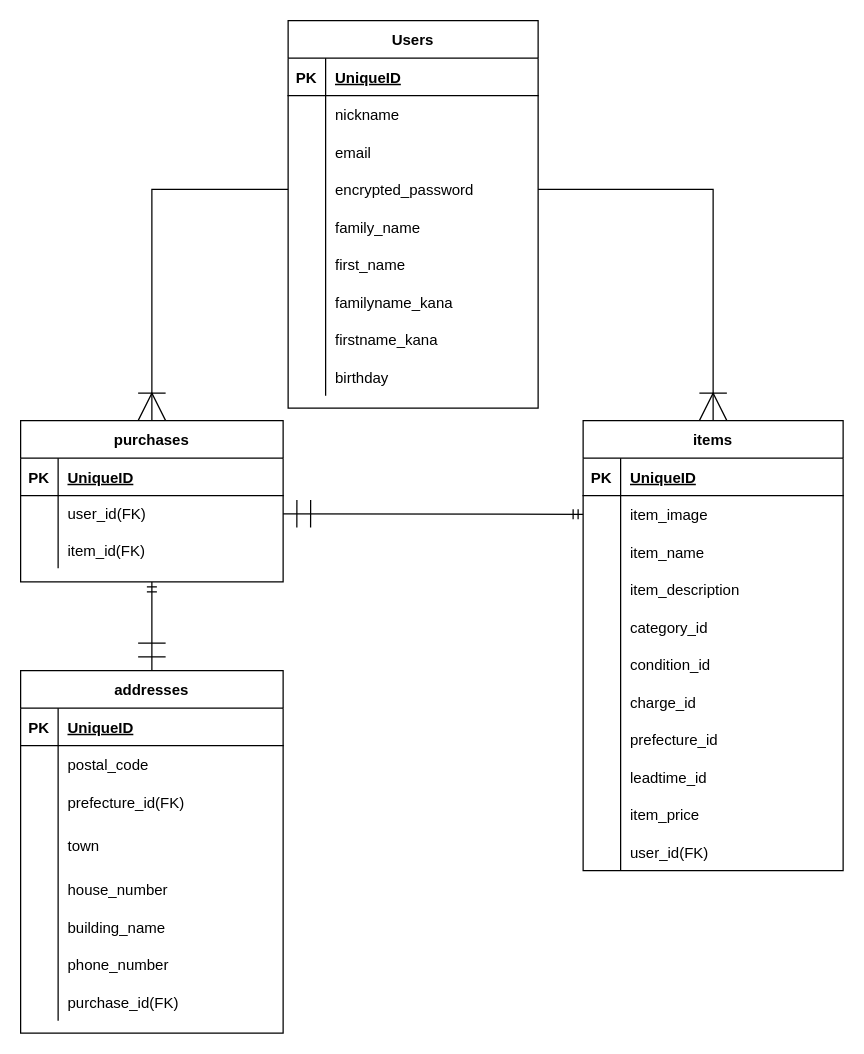
Above: furima.dio in yukarikariri/furima-36097 (draw.io), before the change. Source tidied: cells renumbered, new cells numbered last; positions are measured from the earlier drawing's top-left corner, leaving out a move shared by most shapes. Both pictures are drawn from the tidied source at 125%, with x=0, y=0 at pixel (20, 20).
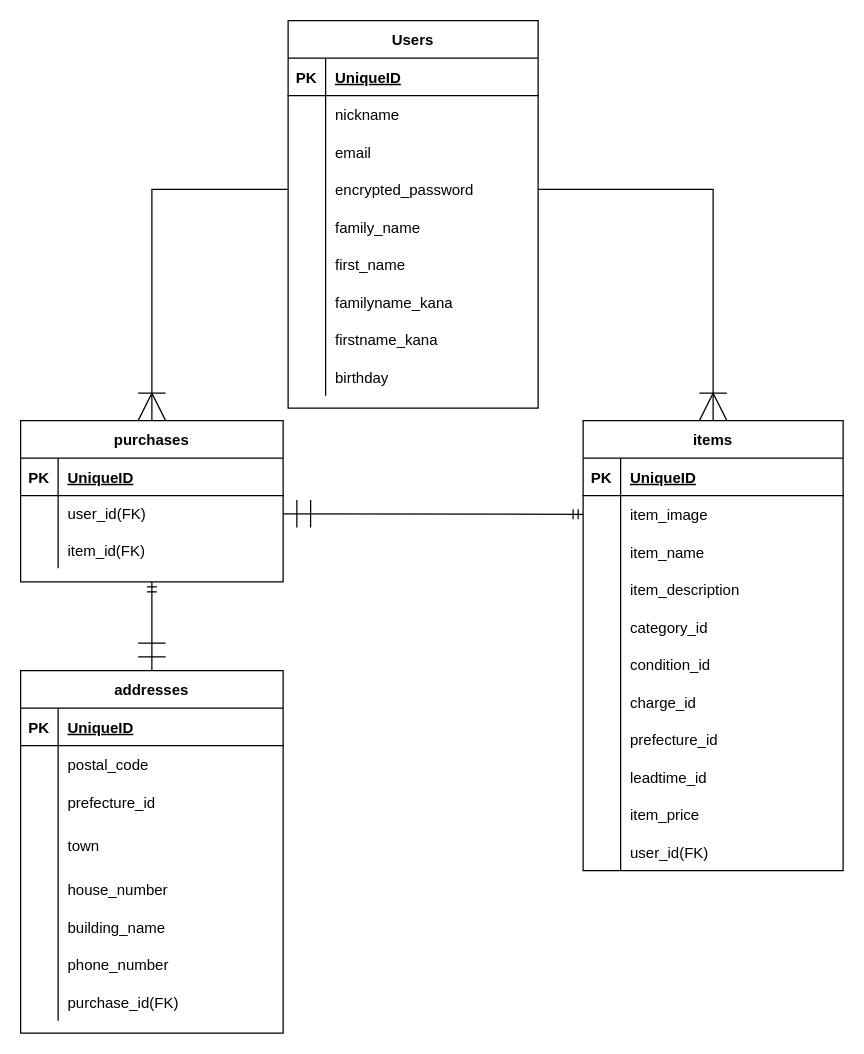
The same diagram, later.

Commit message (it also covers changes not shown here):
データベース設計の指摘修正

Unchanged cells that the change refers to:
```xml
<mxCell id="71" style="shape=partialRectangle;fillColor=none;top=0;left=0;bottom=0;right=0;" parent="64" vertex="1">
  <mxGeometry y="90" width="210" height="30" as="geometry" />
</mxCell>
```

The edit, as a diff of the source:
```diff
@@
-    <mxCell id="73" value="prefecture_id(FK)" style="shape=partialRectangle;fillColor=none;top=0;left=0;bottom=0;right=0;align=left;spacingLeft=6;overflow=hidden;" parent="71" vertex="1">
+    <mxCell id="73" value="prefecture_id" style="shape=partialRectangle;fillColor=none;top=0;left=0;bottom=0;right=0;align=left;spacingLeft=6;overflow=hidden;" parent="71" vertex="1">
       <mxGeometry x="30" width="180" height="30" as="geometry" />
     </mxCell>
```
